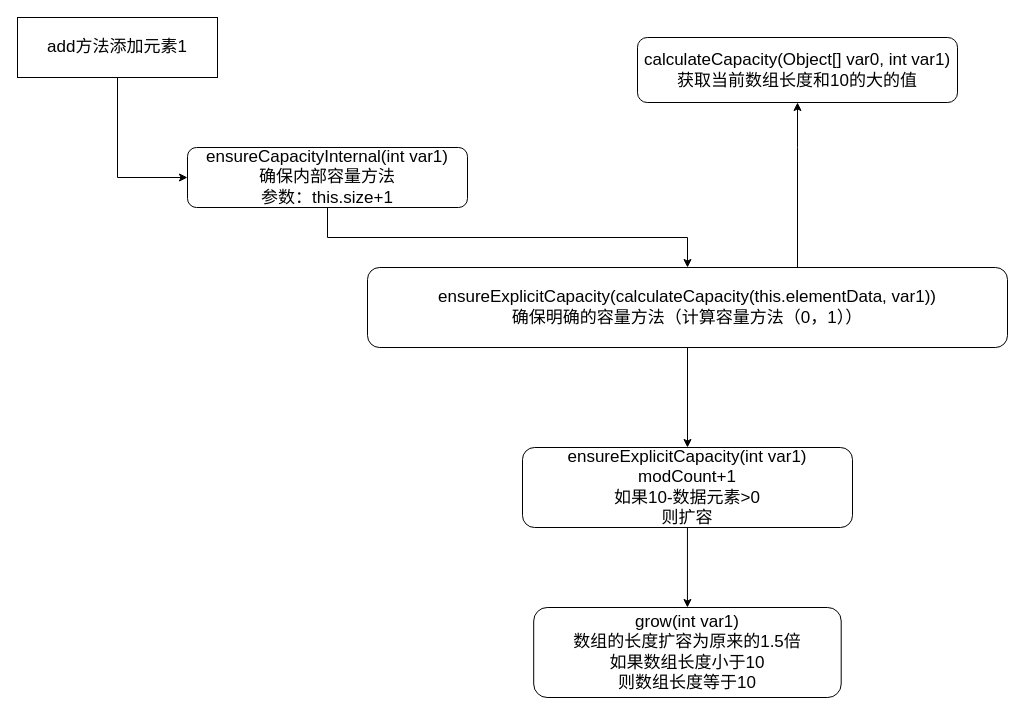
Above: Java 基础/ArrayList扩容机制.drawio in lzyooyle/TikTok (draw.io), before the change. Source tidied: cells renumbered, new cells numbered last; positions are measured from the earlier drawing's top-left corner, leaving out a move shared by most shapes. Both pictures are drawn from the tidied source at 100%, with x=0, y=0 at pixel (17, 17).
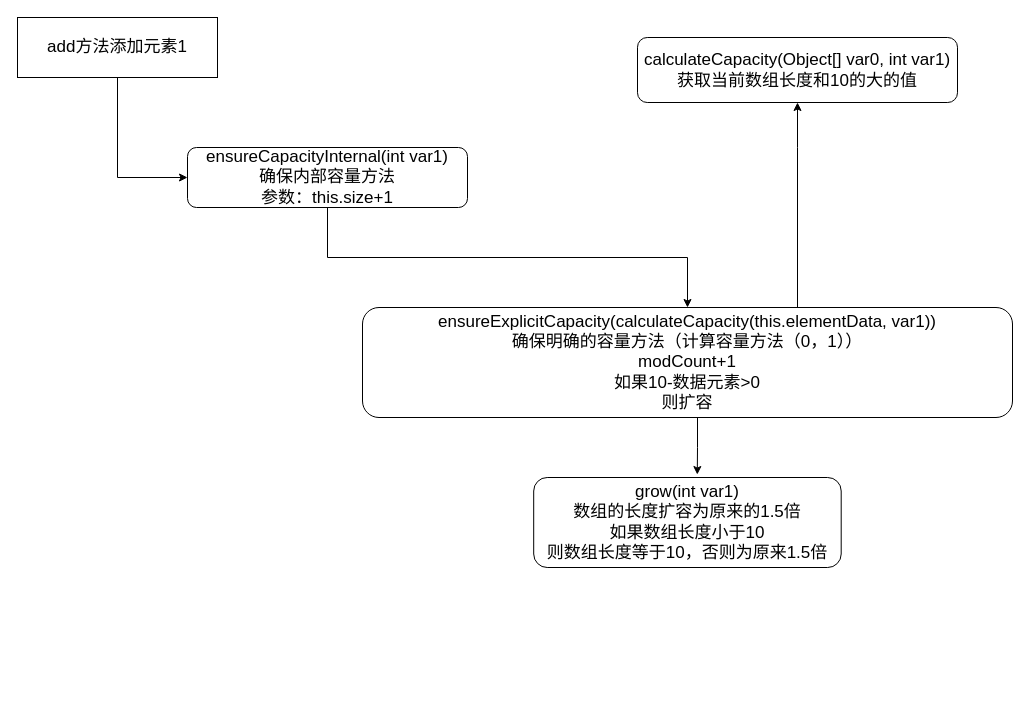
Above is the later version.

Diff of the diagram source:
```diff
@@
 <mxGraphModel>
   <root>
     <mxCell id="0" />
     <mxCell id="1" parent="0" />
     <mxCell id="2" style="edgeStyle=orthogonalEdgeStyle;rounded=0;jettySize=auto;html=1;entryX=0;entryY=0.5;entryDx=0;entryDy=0;fontSize=17;" parent="1" edge="1" source="3" target="5">
       <mxGeometry relative="1" as="geometry" />
     </mxCell>
     <mxCell id="3" value="add方法添加元素1" style="rounded=0;whiteSpace=wrap;html=1;fontSize=17;" parent="1" vertex="1">
       <mxGeometry width="200" height="60" as="geometry" />
     </mxCell>
     <mxCell id="4" style="edgeStyle=orthogonalEdgeStyle;rounded=0;jettySize=auto;html=1;fontSize=17;" parent="1" edge="1" source="5" target="8">
       <mxGeometry relative="1" as="geometry" />
     </mxCell>
     <mxCell id="5" value="ensureCapacityInternal(int var1)&lt;br&gt;确保内部容量方法&lt;br&gt;参数：this.size+1" style="rounded=1;whiteSpace=wrap;html=1;fontSize=17;" parent="1" vertex="1">
       <mxGeometry x="170" y="130" width="280" height="60" as="geometry" />
     </mxCell>
     <mxCell id="6" style="edgeStyle=orthogonalEdgeStyle;rounded=0;jettySize=auto;html=1;entryX=0.5;entryY=1;entryDx=0;entryDy=0;fontSize=17;" parent="1" edge="1" source="8" target="9">
       <mxGeometry relative="1" as="geometry">
         <Array as="points">
           <mxPoint x="780" y="130" />
           <mxPoint x="780" y="130" />
         </Array>
       </mxGeometry>
     </mxCell>
-    <mxCell id="7" style="edgeStyle=orthogonalEdgeStyle;rounded=0;jettySize=auto;html=1;entryX=0.5;entryY=0;entryDx=0;entryDy=0;fontSize=17;" parent="1" edge="1" source="8" target="11">
-      <mxGeometry relative="1" as="geometry" />
+    <mxCell id="7" style="edgeStyle=orthogonalEdgeStyle;rounded=0;jettySize=auto;html=1;fontSize=17;entryX=0.532;entryY=-0.033;entryDx=0;entryDy=0;entryPerimeter=0;" parent="1" edge="1" source="8" target="12">
+      <mxGeometry relative="1" as="geometry">
+        <Array as="points">
+          <mxPoint x="680" y="430" />
+          <mxPoint x="680" y="430" />
+        </Array>
+      </mxGeometry>
     </mxCell>
-    <mxCell id="8" value="ensureExplicitCapacity(calculateCapacity(this.elementData, var1))&lt;br&gt;确保明确的容量方法（计算容量方法（0，1））" style="rounded=1;whiteSpace=wrap;html=1;fontSize=17;" parent="1" vertex="1">
-      <mxGeometry x="350" y="250" width="640" height="80" as="geometry" />
+    <mxCell id="8" value="ensureExplicitCapacity(calculateCapacity(this.elementData, var1))&lt;br&gt;确保明确的容量方法（计算容量方法（0，1））&lt;br&gt;modCount+1&lt;br&gt;如果10-数据元素&amp;gt;0&lt;br&gt;则扩容" style="rounded=1;whiteSpace=wrap;html=1;fontSize=17;" parent="1" vertex="1">
+      <mxGeometry x="345" y="290" width="650" height="110" as="geometry" />
     </mxCell>
     <mxCell id="9" value="calculateCapacity(Object[] var0, int var1)&lt;br&gt;获取当前数组长度和10的大的值" style="rounded=1;whiteSpace=wrap;html=1;fontSize=17;" parent="1" vertex="1">
       <mxGeometry x="620" y="20" width="320" height="65" as="geometry" />
     </mxCell>
-    <mxCell id="10" style="edgeStyle=orthogonalEdgeStyle;rounded=0;jettySize=auto;html=1;entryX=0.5;entryY=0;entryDx=0;entryDy=0;fontSize=17;" parent="1" edge="1" source="11" target="12">
-      <mxGeometry relative="1" as="geometry" />
-    </mxCell>
-    <mxCell id="11" value="ensureExplicitCapacity(int var1)&lt;br&gt;modCount+1&lt;br&gt;如果10-数据元素&amp;gt;0&lt;br&gt;则扩容" style="rounded=1;whiteSpace=wrap;html=1;fontSize=17;" parent="1" vertex="1">
-      <mxGeometry x="505" y="430" width="330" height="80" as="geometry" />
-    </mxCell>
-    <mxCell id="12" value="grow(int var1)&lt;br&gt;数组的长度扩容为原来的1.5倍&lt;br&gt;如果数组长度小于10&lt;br&gt;则数组长度等于10" style="rounded=1;whiteSpace=wrap;html=1;fontSize=17;" parent="1" vertex="1">
-      <mxGeometry x="516.2" y="590" width="307.5" height="90" as="geometry" />
+    <mxCell id="12" value="grow(int var1)&lt;br&gt;数组的长度扩容为原来的1.5倍&lt;br&gt;如果数组长度小于10&lt;br&gt;则数组长度等于10，否则为原来1.5倍" style="rounded=1;whiteSpace=wrap;html=1;fontSize=17;" parent="1" vertex="1">
+      <mxGeometry x="516.2" y="460" width="307.5" height="90" as="geometry" />
     </mxCell>
   </root>
 </mxGraphModel>
```
